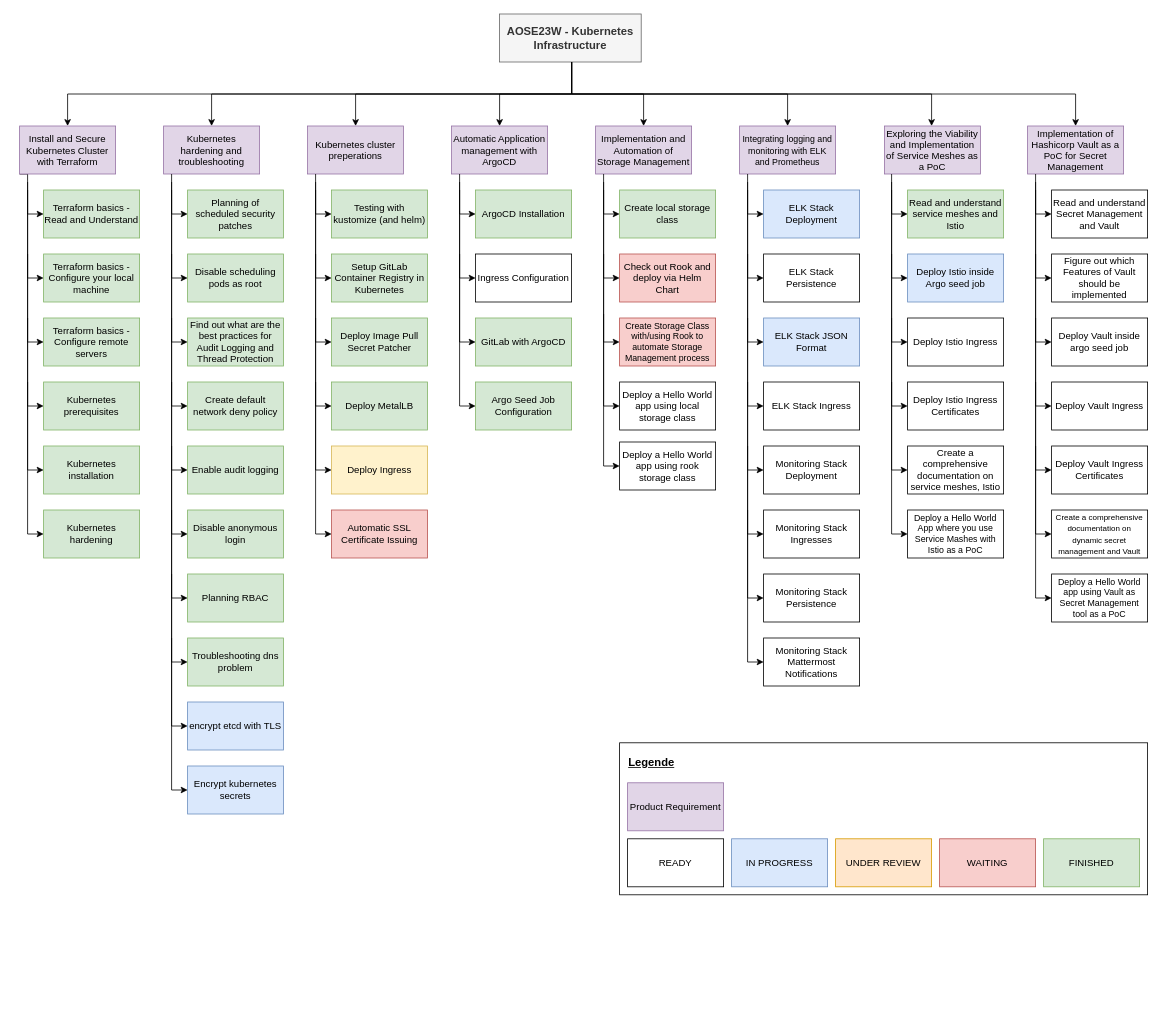
This is uni-bsc/product-requirements-kubernetes-infrastructure.drawio from pogii123/drawio-charts, a draw.io file, before an edit. Source tidied: cells renumbered, new cells numbered last; positions are measured from the earlier drawing's top-left corner, leaving out a move shared by most shapes. Both pictures are drawn from the tidied source at 80%, with x=0, y=0 at pixel (19, 14).
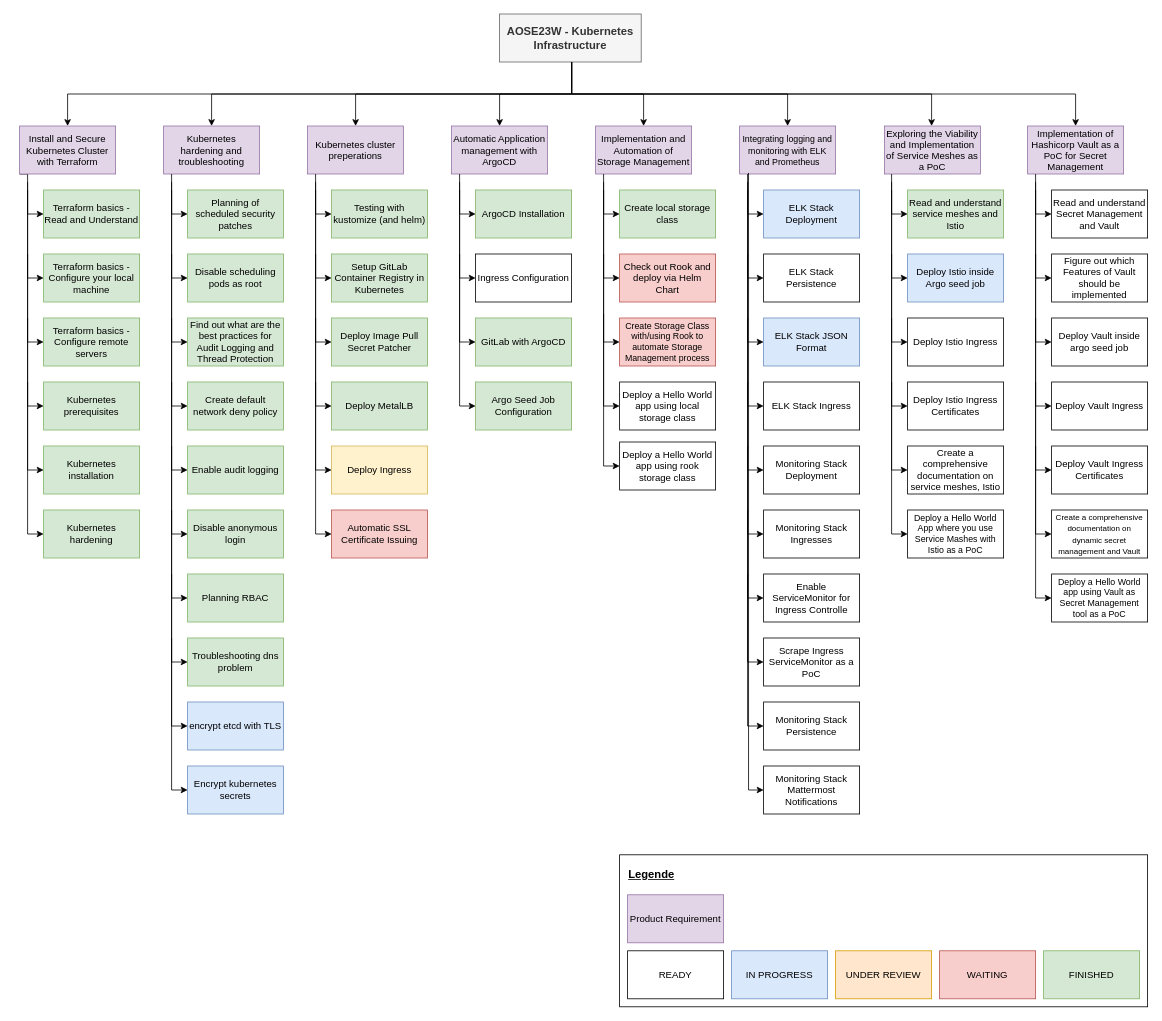
After the change.

Unchanged cells that the change refers to:
```xml
<mxCell id="18" value="&lt;p style=&quot;margin: 0px; font-style: normal; font-variant-caps: normal; font-stretch: normal; line-height: normal; font-size-adjust: none; font-kerning: auto; font-variant-alternates: normal; font-variant-ligatures: normal; font-variant-numeric: normal; font-variant-east-asian: normal; font-variant-position: normal; font-feature-settings: normal; font-optical-sizing: auto; font-variation-settings: normal;&quot;&gt;&lt;font style=&quot;font-size: 11px;&quot; face=&quot;Helvetica&quot;&gt;Integrating logging and monitoring with ELK and Prometheus&lt;/font&gt;&lt;/p&gt;" style="whiteSpace=wrap;html=1;rounded=0;fillColor=#e1d5e7;strokeColor=#9673a6;" parent="1" vertex="1">
  <mxGeometry x="900" y="140" width="120" height="60" as="geometry" />
</mxCell>
```

Change to the diagram source:
```diff
@@
     <mxCell id="2" style="rounded=0;whiteSpace=wrap;html=1;" parent="1" vertex="1">
-      <mxGeometry x="750" y="911" width="660" height="190" as="geometry" />
+      <mxGeometry x="750" y="1051" width="660" height="190" as="geometry" />
     </mxCell>
     <mxCell id="3" value="&lt;font style=&quot;font-size: 14px;&quot;&gt;&lt;u&gt;&lt;b&gt;Legende&lt;/b&gt;&lt;/u&gt;&lt;/font&gt;" style="text;html=1;strokeColor=none;fillColor=none;align=center;verticalAlign=middle;whiteSpace=wrap;rounded=0;" parent="1" vertex="1">
-      <mxGeometry x="760" y="921" width="60" height="30" as="geometry" />
+      <mxGeometry x="760" y="1061" width="60" height="30" as="geometry" />
     </mxCell>
     <mxCell id="4" value="Product Requirement" style="rounded=0;whiteSpace=wrap;html=1;fillColor=#e1d5e7;strokeColor=#9673a6;" parent="1" vertex="1">
-      <mxGeometry x="760" y="961" width="120" height="60" as="geometry" />
+      <mxGeometry x="760" y="1101" width="120" height="60" as="geometry" />
     </mxCell>
     <mxCell id="5" value="WAITING" style="rounded=0;whiteSpace=wrap;html=1;fillColor=#f8cecc;strokeColor=#b85450;" parent="1" vertex="1">
-      <mxGeometry x="1150" y="1031" width="120" height="60" as="geometry" />
+      <mxGeometry x="1150" y="1171" width="120" height="60" as="geometry" />
     </mxCell>
     <mxCell id="6" value="READY" style="rounded=0;whiteSpace=wrap;html=1;" parent="1" vertex="1">
-      <mxGeometry x="760" y="1031" width="120" height="60" as="geometry" />
+      <mxGeometry x="760" y="1171" width="120" height="60" as="geometry" />
     </mxCell>
     <mxCell id="7" value="IN PROGRESS" style="rounded=0;whiteSpace=wrap;html=1;fillColor=#dae8fc;strokeColor=#6c8ebf;" parent="1" vertex="1">
-      <mxGeometry x="890" y="1031" width="120" height="60" as="geometry" />
+      <mxGeometry x="890" y="1171" width="120" height="60" as="geometry" />
     </mxCell>
     <mxCell id="8" value="UNDER REVIEW" style="rounded=0;whiteSpace=wrap;html=1;fillColor=#ffe6cc;strokeColor=#d79b00;" parent="1" vertex="1">
-      <mxGeometry x="1020" y="1031" width="120" height="60" as="geometry" />
+      <mxGeometry x="1020" y="1171" width="120" height="60" as="geometry" />
     </mxCell>
     <mxCell id="9" value="FINISHED" style="rounded=0;whiteSpace=wrap;html=1;fillColor=#d5e8d4;strokeColor=#82b366;" parent="1" vertex="1">
-      <mxGeometry x="1280" y="1031" width="120" height="60" as="geometry" />
+      <mxGeometry x="1280" y="1171" width="120" height="60" as="geometry" />
     </mxCell>
@@
-    <mxCell id="97" value="Monitoring Stack Persistence" style="rounded=0;whiteSpace=wrap;html=1;" parent="1" vertex="1">
+    <mxCell id="97" value="Enable ServiceMonitor for Ingress Controlle" style="rounded=0;whiteSpace=wrap;html=1;" parent="1" vertex="1">
       <mxGeometry x="930" y="700" width="120" height="60" as="geometry" />
     </mxCell>
-    <mxCell id="98" value="Monitoring Stack Mattermost Notifications" style="rounded=0;whiteSpace=wrap;html=1;" parent="1" vertex="1">
+    <mxCell id="98" value="Scrape Ingress ServiceMonitor as a PoC" style="rounded=0;whiteSpace=wrap;html=1;" parent="1" vertex="1">
       <mxGeometry x="930" y="780" width="120" height="60" as="geometry" />
     </mxCell>
@@
+    <mxCell id="131" value="Monitoring Stack Persistence" style="rounded=0;whiteSpace=wrap;html=1;" parent="1" vertex="1">
+      <mxGeometry x="930" y="860" width="120" height="60" as="geometry" />
+    </mxCell>
+    <mxCell id="132" value="Monitoring Stack Mattermost Notifications" style="rounded=0;whiteSpace=wrap;html=1;" parent="1" vertex="1">
+      <mxGeometry x="930" y="940" width="120" height="60" as="geometry" />
+    </mxCell>
+    <mxCell id="133" style="edgeStyle=orthogonalEdgeStyle;rounded=0;jettySize=auto;html=1;exitX=0.093;exitY=0.977;exitDx=0;exitDy=0;exitPerimeter=0;" parent="1" edge="1" source="18">
+      <mxGeometry relative="1" as="geometry">
+        <mxPoint x="930" y="970" as="targetPoint" />
+        <Array as="points">
+          <mxPoint x="911" y="970" />
+        </Array>
+      </mxGeometry>
+    </mxCell>
+    <mxCell id="134" style="edgeStyle=orthogonalEdgeStyle;rounded=0;orthogonalLoop=1;jettySize=auto;html=1;exitX=0;exitY=1;exitDx=0;exitDy=0;" parent="1" edge="1">
+      <mxGeometry relative="1" as="geometry">
+        <mxPoint x="910" y="700" as="sourcePoint" />
+        <mxPoint x="930" y="890" as="targetPoint" />
+        <Array as="points">
+          <mxPoint x="910" y="890" />
+          <mxPoint x="930" y="890" />
+        </Array>
+      </mxGeometry>
+    </mxCell>
```
